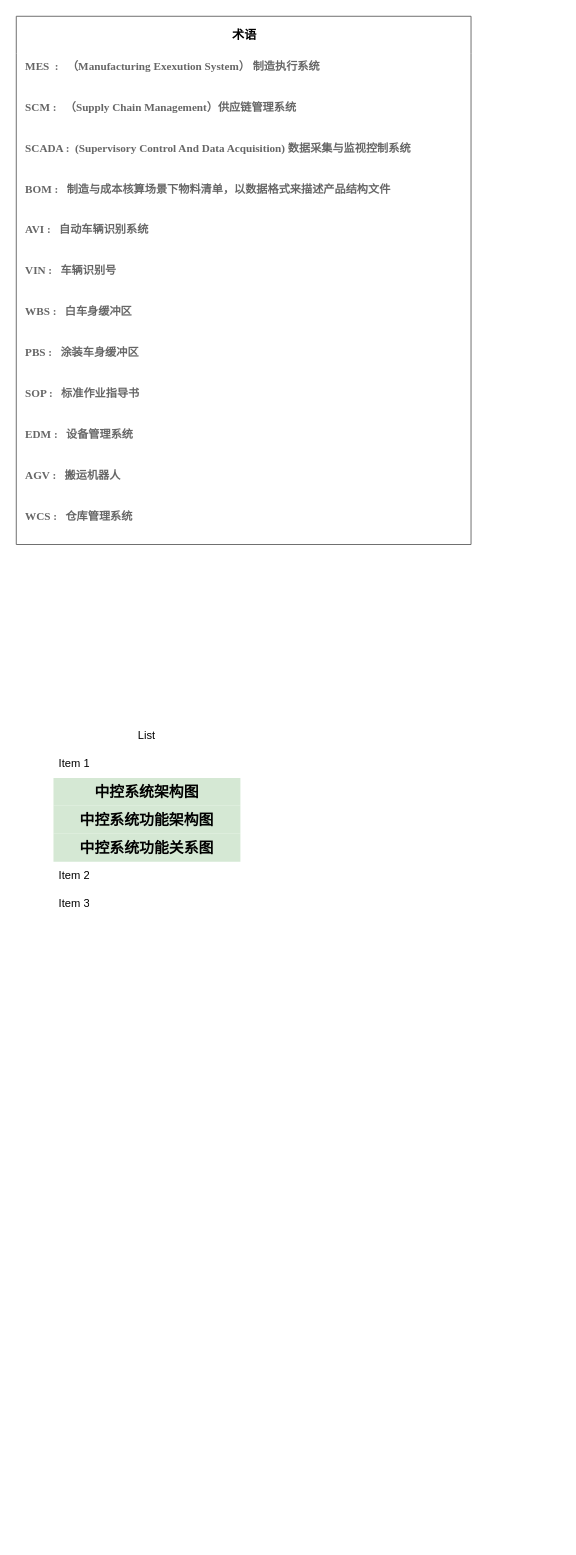
Above: page "第 2 页" (2 of 2) of mes.drawio in ljq199612/diagram (draw.io), before the change. Source tidied: cells renumbered, new cells numbered last; positions are measured from the earlier drawing's top-left corner, leaving out a move shared by most shapes. Both pictures are drawn from the tidied source at 93%, with x=0, y=0 at pixel (16, 16).
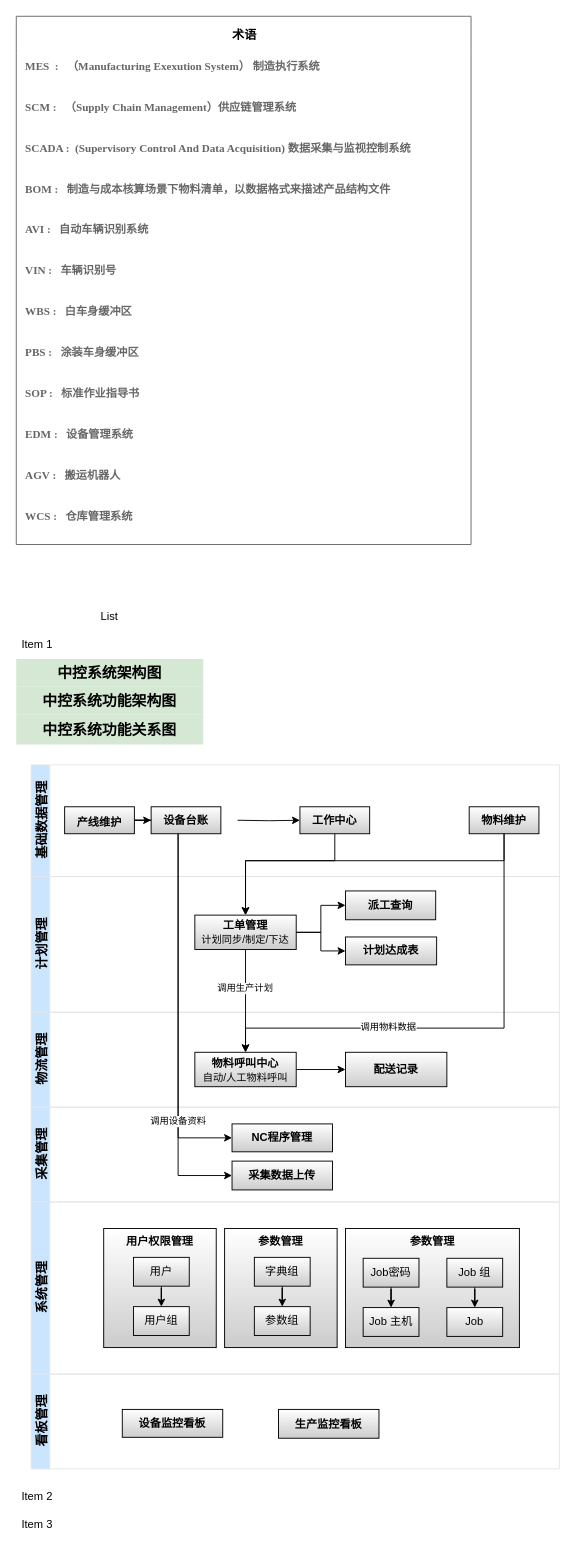
The same diagram, later.

Change to the diagram source:
```diff
@@
     <mxCell id="15" value="List" style="swimlane;fontStyle=0;horizontal=1;startSize=30;whiteSpace=wrap;html=1;strokeColor=none;" parent="1" vertex="1">
-      <mxGeometry x="40" y="759" width="201" height="210" as="geometry" />
+      <mxGeometry y="631" width="201" height="1006" as="geometry" />
     </mxCell>
@@
-    <mxCell id="19" value="中控系统功能关系图" style="swimlane;whiteSpace=wrap;html=1;rounded=0;shadow=0;strokeColor=none;fontSize=16;fillColor=#d5e8d4;gradientDirection=radial;startSize=32;swimlaneLine=1;" parent="15" vertex="1" collapsed="1">
-      <mxGeometry y="120" width="201" height="30" as="geometry" />
+    <mxCell id="19" value="中控系统功能关系图" style="swimlane;whiteSpace=wrap;html=1;rounded=0;shadow=0;strokeColor=none;fontSize=16;fillColor=#d5e8d4;gradientDirection=radial;startSize=32;swimlaneLine=1;" parent="15" vertex="1">
+      <mxGeometry y="120" width="201" height="826" as="geometry" />
     </mxCell>
+    <mxCell id="22" style="swimlane;fontStyle=0;horizontal=1;startSize=12;fillColor=none;html=1;rounded=1;shadow=0;glass=0;labelBackgroundColor=none;sketch=0;strokeColor=none;fontSize=13;fontColor=none;swimlaneLine=0;dashed=1;" parent="19" vertex="1">
+      <mxGeometry x="16" y="42" width="568" height="769" as="geometry" />
+    </mxCell>
+    <mxCell id="23" value="&lt;div&gt;&lt;font style=&quot;font-size: 14px;&quot;&gt;基础数据管理&lt;/font&gt;&lt;/div&gt;" style="swimlane;startSize=20;horizontal=0;html=1;strokeColor=#E6E6E6;fontSize=16;fillColor=#cce5ff;" parent="22" vertex="1">
+      <mxGeometry y="12" width="568" height="120" as="geometry" />
+    </mxCell>
+    <mxCell id="24" style="edgeStyle=orthogonalEdgeStyle;rounded=0;jettySize=auto;html=1;fontSize=12;" parent="23" edge="1" source="25" target="27">
+      <mxGeometry relative="1" as="geometry" />
+    </mxCell>
+    <mxCell id="25" value="&lt;b&gt;&lt;font style=&quot;font-size: 12px;&quot;&gt;产线维护&lt;/font&gt;&lt;/b&gt;" style="rounded=0;whiteSpace=wrap;html=1;strokeColor=default;fontSize=16;gradientColor=#CCCCCC;gradientDirection=south;" parent="23" vertex="1">
+      <mxGeometry x="36" y="45" width="75" height="29" as="geometry" />
+    </mxCell>
+    <mxCell id="26" style="edgeStyle=orthogonalEdgeStyle;rounded=0;jettySize=auto;html=1;fontSize=12;" parent="23" edge="1" target="28">
+      <mxGeometry relative="1" as="geometry">
+        <mxPoint x="222" y="59.5" as="sourcePoint" />
+      </mxGeometry>
+    </mxCell>
+    <mxCell id="27" value="&lt;b&gt;设备台账&lt;/b&gt;" style="rounded=0;whiteSpace=wrap;html=1;strokeColor=default;fontSize=12;gradientColor=#CCCCCC;gradientDirection=south;" parent="23" vertex="1">
+      <mxGeometry x="129" y="45" width="75" height="29" as="geometry" />
+    </mxCell>
+    <mxCell id="28" value="&lt;b&gt;工作中心&lt;/b&gt;" style="rounded=0;whiteSpace=wrap;html=1;strokeColor=default;fontSize=12;gradientColor=#CCCCCC;gradientDirection=south;" parent="23" vertex="1">
+      <mxGeometry x="289" y="45" width="75" height="29" as="geometry" />
+    </mxCell>
+    <mxCell id="29" value="&lt;b&gt;物料维护&lt;/b&gt;" style="rounded=0;whiteSpace=wrap;html=1;strokeColor=default;fontSize=12;gradientColor=#CCCCCC;gradientDirection=south;" parent="23" vertex="1">
+      <mxGeometry x="471" y="45" width="75" height="29" as="geometry" />
+    </mxCell>
+    <mxCell id="30" value="&lt;font style=&quot;font-size: 14px;&quot;&gt;计划管理&lt;/font&gt;" style="swimlane;startSize=20;horizontal=0;html=1;strokeColor=#E6E6E6;fontSize=16;fillColor=#cce5ff;" parent="22" vertex="1">
+      <mxGeometry y="132" width="568" height="146" as="geometry" />
+    </mxCell>
+    <mxCell id="31" style="edgeStyle=orthogonalEdgeStyle;rounded=0;jettySize=auto;html=1;fontSize=11;" parent="30" edge="1" source="32" target="33">
+      <mxGeometry relative="1" as="geometry" />
+    </mxCell>
+    <mxCell id="32" value="&lt;div&gt;&lt;b&gt;工单管理&lt;/b&gt;&lt;/div&gt;&lt;div&gt;&lt;font style=&quot;font-size: 11px;&quot;&gt;计划同步/制定/下达&lt;br&gt;&lt;/font&gt;&lt;/div&gt;" style="rounded=0;whiteSpace=wrap;html=1;strokeColor=default;fontSize=12;gradientColor=#CCCCCC;gradientDirection=south;" parent="30" vertex="1">
+      <mxGeometry x="176" y="41.5" width="109" height="37" as="geometry" />
+    </mxCell>
+    <mxCell id="33" value="&lt;font style=&quot;font-size: 12px;&quot;&gt;&lt;b style=&quot;font-size: 12px;&quot;&gt;派工查询&lt;/b&gt;&lt;/font&gt;" style="rounded=0;whiteSpace=wrap;html=1;strokeColor=default;fontSize=12;gradientColor=#CCCCCC;gradientDirection=south;" parent="30" vertex="1">
+      <mxGeometry x="338" y="15.5" width="97" height="31" as="geometry" />
+    </mxCell>
+    <mxCell id="34" value="&lt;font style=&quot;font-size: 12px;&quot;&gt;&lt;b style=&quot;font-size: 12px;&quot;&gt;计划达成表&lt;/b&gt;&lt;/font&gt;" style="rounded=0;whiteSpace=wrap;html=1;strokeColor=default;fontSize=12;gradientColor=#CCCCCC;gradientDirection=south;" parent="30" vertex="1">
+      <mxGeometry x="338" y="65" width="98" height="30" as="geometry" />
+    </mxCell>
+    <mxCell id="35" style="edgeStyle=orthogonalEdgeStyle;rounded=0;jettySize=auto;html=1;entryX=0;entryY=0.5;entryDx=0;entryDy=0;fontSize=11;" parent="30" edge="1" source="32" target="34">
+      <mxGeometry relative="1" as="geometry" />
+    </mxCell>
+    <mxCell id="36" value="&lt;font style=&quot;font-size: 14px;&quot;&gt;物流管理&lt;/font&gt;" style="swimlane;startSize=20;horizontal=0;html=1;strokeColor=#E6E6E6;fontSize=16;fillColor=#cce5ff;" parent="22" vertex="1">
+      <mxGeometry y="278" width="568" height="102" as="geometry" />
+    </mxCell>
+    <mxCell id="37" style="edgeStyle=orthogonalEdgeStyle;rounded=0;jettySize=auto;html=1;entryX=0;entryY=0.5;entryDx=0;entryDy=0;fontSize=14;" parent="36" edge="1" source="38" target="39">
+      <mxGeometry relative="1" as="geometry" />
+    </mxCell>
+    <mxCell id="38" value="&lt;div&gt;&lt;b&gt;物料呼叫中心&lt;/b&gt;&lt;/div&gt;&lt;div&gt;&lt;font style=&quot;font-size: 11px;&quot;&gt;自动/人工物料呼叫&lt;br&gt;&lt;/font&gt;&lt;/div&gt;" style="rounded=0;whiteSpace=wrap;html=1;strokeColor=default;fontSize=12;gradientColor=#CCCCCC;gradientDirection=south;" parent="36" vertex="1">
+      <mxGeometry x="176" y="43" width="109" height="37" as="geometry" />
+    </mxCell>
+    <mxCell id="39" value="&lt;b&gt;配送记录&lt;/b&gt;" style="rounded=0;whiteSpace=wrap;html=1;strokeColor=default;fontSize=12;gradientColor=#CCCCCC;gradientDirection=south;" parent="36" vertex="1">
+      <mxGeometry x="338" y="43" width="109" height="37" as="geometry" />
+    </mxCell>
+    <mxCell id="40" value="&lt;font style=&quot;font-size: 14px;&quot;&gt;采集管理&lt;/font&gt;" style="swimlane;startSize=20;horizontal=0;html=1;strokeColor=#E6E6E6;fontSize=16;fillColor=#cce5ff;" parent="22" vertex="1">
+      <mxGeometry y="380" width="568" height="102" as="geometry" />
+    </mxCell>
+    <mxCell id="41" value="&lt;b&gt;NC程序管理&lt;/b&gt;" style="rounded=0;whiteSpace=wrap;html=1;strokeColor=default;fontSize=12;gradientColor=#CCCCCC;gradientDirection=south;" parent="40" vertex="1">
+      <mxGeometry x="216" y="18" width="108" height="30" as="geometry" />
+    </mxCell>
+    <mxCell id="42" value="&lt;b&gt;采集数据上传&lt;/b&gt;" style="rounded=0;whiteSpace=wrap;html=1;strokeColor=default;fontSize=12;gradientColor=#CCCCCC;gradientDirection=south;" parent="40" vertex="1">
+      <mxGeometry x="216" y="58" width="108" height="31" as="geometry" />
+    </mxCell>
+    <mxCell id="43" value="&lt;font style=&quot;font-size: 14px;&quot;&gt;系统管理&lt;/font&gt;" style="swimlane;startSize=20;horizontal=0;html=1;strokeColor=#E6E6E6;fontSize=16;fillColor=#cce5ff;" parent="22" vertex="1">
+      <mxGeometry y="482" width="568" height="185" as="geometry" />
+    </mxCell>
+    <mxCell id="44" value="&lt;div&gt;&lt;b&gt;用户权限管理&lt;br&gt;&lt;/b&gt;&lt;/div&gt;&lt;div&gt;&lt;br&gt;&lt;/div&gt;&lt;div&gt;&lt;br&gt;&lt;/div&gt;&lt;div&gt;&lt;br&gt;&lt;b&gt;&lt;/b&gt;&lt;/div&gt;" style="rounded=0;whiteSpace=wrap;html=1;strokeColor=default;fontSize=12;gradientColor=#CCCCCC;gradientDirection=south;verticalAlign=top;" parent="43" vertex="1">
+      <mxGeometry x="78" y="28.5" width="121" height="128" as="geometry" />
+    </mxCell>
+    <mxCell id="45" style="edgeStyle=orthogonalEdgeStyle;rounded=0;jettySize=auto;html=1;fontSize=10;" parent="43" edge="1" source="46" target="47">
+      <mxGeometry relative="1" as="geometry" />
+    </mxCell>
+    <mxCell id="46" value="用户" style="rounded=0;whiteSpace=wrap;html=1;strokeColor=default;fontSize=12;gradientColor=#CCCCCC;gradientDirection=south;" parent="43" vertex="1">
+      <mxGeometry x="110" y="59.5" width="60" height="31" as="geometry" />
+    </mxCell>
+    <mxCell id="47" value="用户组" style="rounded=0;whiteSpace=wrap;html=1;strokeColor=default;fontSize=12;gradientColor=#CCCCCC;gradientDirection=south;" parent="43" vertex="1">
+      <mxGeometry x="110" y="112.5" width="60" height="31" as="geometry" />
+    </mxCell>
+    <mxCell id="48" value="&lt;div&gt;&lt;b&gt;参数管理&lt;br&gt;&lt;/b&gt;&lt;/div&gt;&lt;div&gt;&lt;br&gt;&lt;/div&gt;" style="rounded=0;whiteSpace=wrap;html=1;strokeColor=default;fontSize=12;gradientColor=#CCCCCC;gradientDirection=south;verticalAlign=top;" parent="43" vertex="1">
+      <mxGeometry x="208" y="28.5" width="121" height="128" as="geometry" />
+    </mxCell>
+    <mxCell id="49" value="字典组" style="rounded=0;whiteSpace=wrap;html=1;strokeColor=default;fontSize=12;gradientColor=#CCCCCC;gradientDirection=south;" parent="43" vertex="1">
+      <mxGeometry x="240" y="59.5" width="60" height="31" as="geometry" />
+    </mxCell>
+    <mxCell id="50" value="参数组" style="rounded=0;whiteSpace=wrap;html=1;strokeColor=default;fontSize=12;gradientColor=#CCCCCC;gradientDirection=south;" parent="43" vertex="1">
+      <mxGeometry x="240" y="112.5" width="60" height="31" as="geometry" />
+    </mxCell>
+    <mxCell id="51" style="edgeStyle=orthogonalEdgeStyle;rounded=0;jettySize=auto;html=1;fontSize=10;" parent="43" edge="1" source="49" target="50">
+      <mxGeometry relative="1" as="geometry" />
+    </mxCell>
+    <mxCell id="52" value="&lt;div&gt;&lt;b&gt;参数管理&lt;br&gt;&lt;/b&gt;&lt;/div&gt;&lt;div&gt;&lt;br&gt;&lt;/div&gt;&lt;div&gt;&lt;br&gt;&lt;/div&gt;&lt;div&gt;&lt;br&gt;&lt;b&gt;&lt;/b&gt;&lt;/div&gt;" style="rounded=0;whiteSpace=wrap;html=1;strokeColor=default;fontSize=12;gradientColor=#CCCCCC;gradientDirection=south;verticalAlign=top;" parent="43" vertex="1">
+      <mxGeometry x="338" y="28.5" width="187" height="128" as="geometry" />
+    </mxCell>
+    <mxCell id="53" value="Job密码" style="rounded=0;whiteSpace=wrap;html=1;strokeColor=default;fontSize=12;gradientColor=#CCCCCC;gradientDirection=south;" parent="43" vertex="1">
+      <mxGeometry x="357" y="60.5" width="60" height="31" as="geometry" />
+    </mxCell>
+    <mxCell id="54" value="Job 主机" style="rounded=0;whiteSpace=wrap;html=1;strokeColor=default;fontSize=12;gradientColor=#CCCCCC;gradientDirection=south;" parent="43" vertex="1">
+      <mxGeometry x="357" y="113.5" width="60" height="31" as="geometry" />
+    </mxCell>
+    <mxCell id="55" style="edgeStyle=orthogonalEdgeStyle;rounded=0;jettySize=auto;html=1;fontSize=10;" parent="43" edge="1" source="53" target="54">
+      <mxGeometry relative="1" as="geometry" />
+    </mxCell>
+    <mxCell id="56" value="Job 组" style="rounded=0;whiteSpace=wrap;html=1;strokeColor=default;fontSize=12;gradientColor=#CCCCCC;gradientDirection=south;" parent="43" vertex="1">
+      <mxGeometry x="447" y="60.5" width="60" height="31" as="geometry" />
+    </mxCell>
+    <mxCell id="57" value="Job" style="rounded=0;whiteSpace=wrap;html=1;strokeColor=default;fontSize=12;gradientColor=#CCCCCC;gradientDirection=south;" parent="43" vertex="1">
+      <mxGeometry x="447" y="113.5" width="60" height="31" as="geometry" />
+    </mxCell>
+    <mxCell id="58" style="edgeStyle=orthogonalEdgeStyle;rounded=0;jettySize=auto;html=1;fontSize=10;" parent="43" edge="1" source="56" target="57">
+      <mxGeometry relative="1" as="geometry" />
+    </mxCell>
+    <mxCell id="59" value="&lt;font style=&quot;font-size: 14px;&quot;&gt;看板管理&lt;/font&gt;" style="swimlane;startSize=20;horizontal=0;html=1;strokeColor=#E6E6E6;fontSize=16;fillColor=#cce5ff;" parent="22" vertex="1">
+      <mxGeometry y="667" width="568" height="102" as="geometry" />
+    </mxCell>
+    <mxCell id="60" value="&lt;b&gt;设备监控看板&lt;/b&gt;" style="rounded=0;whiteSpace=wrap;html=1;strokeColor=default;fontSize=12;gradientColor=#CCCCCC;gradientDirection=south;" parent="59" vertex="1">
+      <mxGeometry x="98" y="38" width="108" height="30" as="geometry" />
+    </mxCell>
+    <mxCell id="61" value="&lt;b&gt;生产监控看板&lt;/b&gt;" style="rounded=0;whiteSpace=wrap;html=1;strokeColor=default;fontSize=12;gradientColor=#CCCCCC;gradientDirection=south;" parent="59" vertex="1">
+      <mxGeometry x="266" y="38" width="108" height="31" as="geometry" />
+    </mxCell>
+    <mxCell id="62" style="edgeStyle=orthogonalEdgeStyle;rounded=0;jettySize=auto;html=1;entryX=0.5;entryY=0;entryDx=0;entryDy=0;fontSize=12;" parent="22" edge="1" source="29" target="32">
+      <mxGeometry relative="1" as="geometry">
+        <Array as="points">
+          <mxPoint x="509" y="115" />
+          <mxPoint x="231" y="115" />
+        </Array>
+      </mxGeometry>
+    </mxCell>
+    <mxCell id="63" style="edgeStyle=orthogonalEdgeStyle;rounded=0;jettySize=auto;html=1;entryX=0.5;entryY=0;entryDx=0;entryDy=0;fontSize=12;" parent="22" edge="1" source="28" target="32">
+      <mxGeometry relative="1" as="geometry">
+        <Array as="points">
+          <mxPoint x="327" y="115" />
+          <mxPoint x="231" y="115" />
+        </Array>
+      </mxGeometry>
+    </mxCell>
+    <mxCell id="64" style="edgeStyle=orthogonalEdgeStyle;rounded=0;jettySize=auto;html=1;entryX=0.5;entryY=0;entryDx=0;entryDy=0;fontSize=12;" parent="22" edge="1" source="29" target="38">
+      <mxGeometry relative="1" as="geometry">
+        <Array as="points">
+          <mxPoint x="509" y="295" />
+          <mxPoint x="231" y="295" />
+        </Array>
+      </mxGeometry>
+    </mxCell>
+    <mxCell id="65" value="&lt;font style=&quot;font-size: 10px;&quot;&gt;调用物料数据&lt;/font&gt;" style="edgeLabel;html=1;align=center;verticalAlign=middle;fontSize=12;" parent="64" vertex="1">
+      <mxGeometry x="0.48" y="4" relative="1" as="geometry">
+        <mxPoint x="46" y="-6" as="offset" />
+      </mxGeometry>
+    </mxCell>
+    <mxCell id="66" style="edgeStyle=orthogonalEdgeStyle;rounded=0;jettySize=auto;html=1;entryX=0.5;entryY=0;entryDx=0;entryDy=0;fontSize=10;" parent="22" edge="1" source="32" target="38">
+      <mxGeometry relative="1" as="geometry" />
+    </mxCell>
+    <mxCell id="67" value="调用生产计划" style="edgeLabel;html=1;align=center;verticalAlign=middle;fontSize=10;" parent="66" vertex="1">
+      <mxGeometry x="-0.27" y="-1" relative="1" as="geometry">
+        <mxPoint y="1" as="offset" />
+      </mxGeometry>
+    </mxCell>
+    <mxCell id="68" style="edgeStyle=orthogonalEdgeStyle;rounded=0;jettySize=auto;html=1;entryX=0;entryY=0.5;entryDx=0;entryDy=0;fontSize=10;" parent="22" edge="1" source="27" target="41">
+      <mxGeometry relative="1" as="geometry">
+        <Array as="points">
+          <mxPoint x="158" y="413" />
+        </Array>
+      </mxGeometry>
+    </mxCell>
+    <mxCell id="69" style="edgeStyle=orthogonalEdgeStyle;rounded=0;jettySize=auto;html=1;entryX=0;entryY=0.5;entryDx=0;entryDy=0;fontSize=10;" parent="22" edge="1" source="27" target="42">
+      <mxGeometry relative="1" as="geometry">
+        <Array as="points">
+          <mxPoint x="158" y="454" />
+        </Array>
+      </mxGeometry>
+    </mxCell>
+    <mxCell id="70" value="调用设备资料" style="edgeLabel;html=1;align=center;verticalAlign=middle;fontSize=10;" parent="69" vertex="1">
+      <mxGeometry x="0.45" y="-1" relative="1" as="geometry" />
+    </mxCell>
     <mxCell id="20" value="Item 2" style="text;strokeColor=none;fillColor=none;align=left;verticalAlign=middle;spacingLeft=4;spacingRight=4;overflow=hidden;whiteSpace=wrap;html=1;" parent="15" vertex="1">
-      <mxGeometry y="150" width="201" height="30" as="geometry" />
+      <mxGeometry y="946" width="201" height="30" as="geometry" />
     </mxCell>
     <mxCell id="21" value="Item 3" style="text;strokeColor=none;fillColor=none;align=left;verticalAlign=middle;spacingLeft=4;spacingRight=4;overflow=hidden;whiteSpace=wrap;html=1;" parent="15" vertex="1">
-      <mxGeometry y="180" width="201" height="30" as="geometry" />
+      <mxGeometry y="976" width="201" height="30" as="geometry" />
     </mxCell>
```
